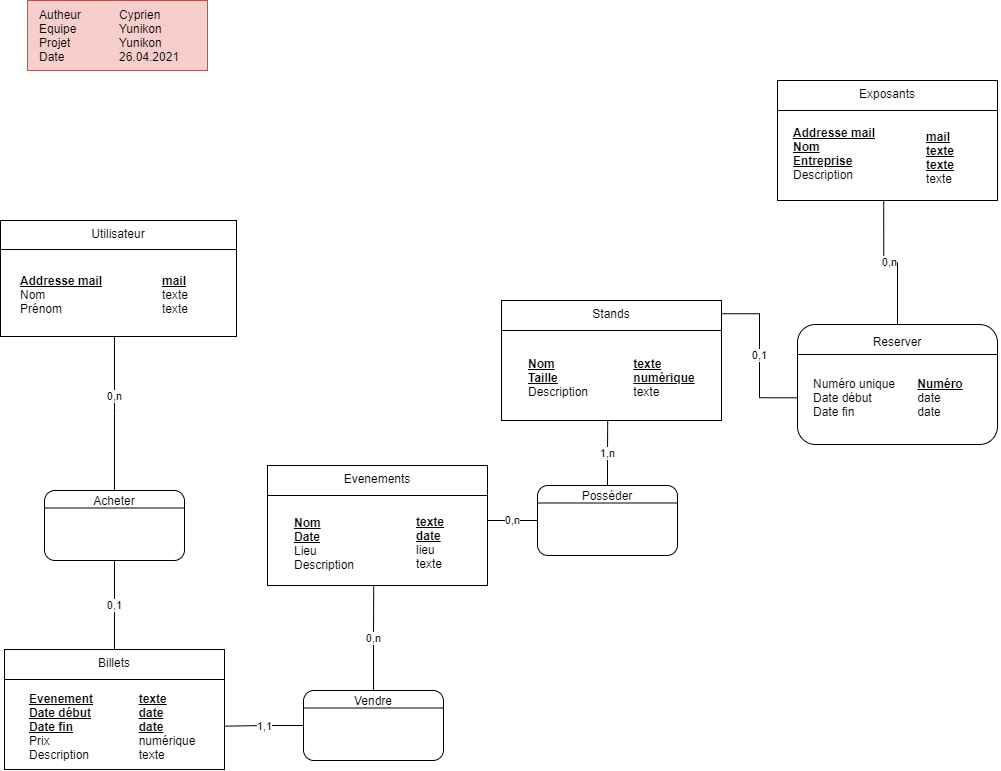
Earlier version of the draw.io export Analyse/MCD-Yunikon.png (Soreenn/Yunikon). Source tidied: cells renumbered, new cells last; positions are measured from the earlier drawing's top-left corner, leaving out a move shared by most shapes. The source it was exported from:
```xml
<mxGraphModel>
  <root>
    <mxCell id="0" />
    <mxCell id="1" parent="0" />
    <mxCell id="2" style="rounded=0;whiteSpace=wrap;html=1;fillColor=#f8cecc;strokeColor=#b85450;" parent="1" vertex="1">
      <mxGeometry x="27" width="180" height="70" as="geometry" />
    </mxCell>
    <mxCell id="3" value="Autheur&lt;br&gt;Equipe&lt;br&gt;Projet&lt;br&gt;&lt;div&gt;&lt;span&gt;Date&lt;/span&gt;&lt;/div&gt;" style="text;html=1;align=left;verticalAlign=middle;whiteSpace=wrap;rounded=0;" parent="1" vertex="1">
      <mxGeometry x="37" y="5" width="80" height="60" as="geometry" />
    </mxCell>
    <mxCell id="4" value="Cyprien&lt;br&gt;Yunikon&lt;br&gt;Yunikon&lt;br&gt;26.04.2021" style="text;html=1;align=left;verticalAlign=middle;whiteSpace=wrap;rounded=0;" parent="1" vertex="1">
      <mxGeometry x="117" y="5" width="80" height="60" as="geometry" />
    </mxCell>
    <mxCell id="5" style="group;" parent="1" vertex="1">
      <mxGeometry y="220" width="236" height="116" as="geometry" />
    </mxCell>
    <mxCell id="6" style="rounded=0;whiteSpace=wrap;html=1;" parent="5" vertex="1">
      <mxGeometry width="236" height="116" as="geometry" />
    </mxCell>
    <mxCell id="7" style="endArrow=none;html=1;exitX=0;exitY=0.25;exitDx=0;exitDy=0;entryX=1;entryY=0.25;entryDx=0;entryDy=0;" parent="5" edge="1" source="6" target="6">
      <mxGeometry relative="1" as="geometry" />
    </mxCell>
    <mxCell id="8" value="Utilisateur" style="text;html=1;strokeColor=none;fillColor=none;align=center;verticalAlign=middle;whiteSpace=wrap;rounded=0;" parent="5" vertex="1">
      <mxGeometry width="236" height="25.8" as="geometry" />
    </mxCell>
    <mxCell id="9" value="&lt;div style=&quot;text-align: left&quot;&gt;&lt;span&gt;&lt;b&gt;&lt;u&gt;Addresse mail&lt;/u&gt;&lt;/b&gt;&lt;/span&gt;&lt;/div&gt;&lt;div style=&quot;text-align: left&quot;&gt;&lt;span&gt;Nom&lt;/span&gt;&lt;/div&gt;&lt;div style=&quot;text-align: left&quot;&gt;&lt;span&gt;Prénom&lt;/span&gt;&lt;/div&gt;" style="text;html=1;strokeColor=none;fillColor=none;align=center;verticalAlign=middle;whiteSpace=wrap;rounded=0;" parent="5" vertex="1">
      <mxGeometry y="32.2" width="122.1" height="83.8" as="geometry" />
    </mxCell>
    <mxCell id="10" value="&lt;div style=&quot;text-align: left&quot;&gt;&lt;b&gt;&lt;u&gt;mail&lt;/u&gt;&lt;/b&gt;&lt;/div&gt;&lt;div style=&quot;text-align: left&quot;&gt;texte&lt;/div&gt;&lt;div style=&quot;text-align: left&quot;&gt;texte&lt;/div&gt;" style="text;html=1;strokeColor=none;fillColor=none;align=center;verticalAlign=middle;whiteSpace=wrap;rounded=0;" parent="5" vertex="1">
      <mxGeometry x="113.9" y="32.2" width="122.1" height="83.8" as="geometry" />
    </mxCell>
    <mxCell id="11" style="group;" parent="1" vertex="1">
      <mxGeometry x="267" y="465" width="220" height="120" as="geometry" />
    </mxCell>
    <mxCell id="12" style="rounded=0;whiteSpace=wrap;html=1;" parent="11" vertex="1">
      <mxGeometry width="220" height="120" as="geometry" />
    </mxCell>
    <mxCell id="13" style="endArrow=none;html=1;exitX=0;exitY=0.25;exitDx=0;exitDy=0;entryX=1;entryY=0.25;entryDx=0;entryDy=0;" parent="11" edge="1" source="12" target="12">
      <mxGeometry relative="1" as="geometry" />
    </mxCell>
    <mxCell id="14" value="Evenements" style="text;html=1;strokeColor=none;fillColor=none;align=center;verticalAlign=middle;whiteSpace=wrap;rounded=0;" parent="11" vertex="1">
      <mxGeometry width="220" height="26.7" as="geometry" />
    </mxCell>
    <mxCell id="15" value="&lt;div style=&quot;text-align: left&quot;&gt;&lt;u&gt;&lt;b&gt;Nom&lt;/b&gt;&lt;/u&gt;&lt;/div&gt;&lt;div style=&quot;text-align: left&quot;&gt;&lt;u&gt;&lt;b&gt;Date&lt;/b&gt;&lt;/u&gt;&lt;/div&gt;&lt;div style=&quot;text-align: left&quot;&gt;Lieu&lt;/div&gt;&lt;div style=&quot;text-align: left&quot;&gt;Description&lt;/div&gt;" style="text;html=1;strokeColor=none;fillColor=none;align=center;verticalAlign=middle;whiteSpace=wrap;rounded=0;" parent="11" vertex="1">
      <mxGeometry y="34.3" width="113.8" height="86.7" as="geometry" />
    </mxCell>
    <mxCell id="16" value="&lt;div style=&quot;text-align: left&quot;&gt;&lt;u&gt;&lt;b&gt;texte&lt;/b&gt;&lt;/u&gt;&lt;/div&gt;&lt;div style=&quot;text-align: left&quot;&gt;&lt;u&gt;&lt;b&gt;date&lt;/b&gt;&lt;/u&gt;&lt;/div&gt;&lt;div style=&quot;text-align: left&quot;&gt;lieu&lt;/div&gt;&lt;div style=&quot;text-align: left&quot;&gt;texte&lt;/div&gt;" style="text;html=1;strokeColor=none;fillColor=none;align=center;verticalAlign=middle;whiteSpace=wrap;rounded=0;" parent="11" vertex="1">
      <mxGeometry x="106.2" y="33.3" width="113.8" height="86.7" as="geometry" />
    </mxCell>
    <mxCell id="17" style="group;" parent="1" vertex="1">
      <mxGeometry x="501" y="300" width="220" height="120" as="geometry" />
    </mxCell>
    <mxCell id="18" style="rounded=0;whiteSpace=wrap;html=1;" parent="17" vertex="1">
      <mxGeometry width="220" height="120" as="geometry" />
    </mxCell>
    <mxCell id="19" style="endArrow=none;html=1;exitX=0;exitY=0.25;exitDx=0;exitDy=0;entryX=1;entryY=0.25;entryDx=0;entryDy=0;" parent="17" edge="1" source="18" target="18">
      <mxGeometry relative="1" as="geometry" />
    </mxCell>
    <mxCell id="20" value="Stands" style="text;html=1;strokeColor=none;fillColor=none;align=center;verticalAlign=middle;whiteSpace=wrap;rounded=0;" parent="17" vertex="1">
      <mxGeometry width="220" height="26.7" as="geometry" />
    </mxCell>
    <mxCell id="21" value="&lt;div style=&quot;text-align: left&quot;&gt;&lt;u&gt;&lt;b&gt;Nom&lt;/b&gt;&lt;/u&gt;&lt;/div&gt;&lt;div style=&quot;text-align: left&quot;&gt;&lt;b&gt;&lt;u&gt;Taille&lt;/u&gt;&lt;/b&gt;&lt;/div&gt;&lt;div style=&quot;text-align: left&quot;&gt;Description&lt;/div&gt;" style="text;html=1;strokeColor=none;fillColor=none;align=center;verticalAlign=middle;whiteSpace=wrap;rounded=0;" parent="17" vertex="1">
      <mxGeometry y="33.3" width="113.8" height="86.7" as="geometry" />
    </mxCell>
    <mxCell id="22" value="&lt;div style=&quot;text-align: left&quot;&gt;&lt;u&gt;&lt;b&gt;texte&lt;/b&gt;&lt;/u&gt;&lt;/div&gt;&lt;div style=&quot;text-align: left&quot;&gt;&lt;span&gt;&lt;b&gt;&lt;u&gt;numérique&lt;/u&gt;&lt;/b&gt;&lt;/span&gt;&lt;/div&gt;&lt;div style=&quot;text-align: left&quot;&gt;&lt;span&gt;texte&lt;/span&gt;&lt;/div&gt;" style="text;html=1;strokeColor=none;fillColor=none;align=center;verticalAlign=middle;whiteSpace=wrap;rounded=0;" parent="17" vertex="1">
      <mxGeometry x="106.2" y="33.3" width="113.8" height="86.7" as="geometry" />
    </mxCell>
    <mxCell id="23" style="group;" parent="1" vertex="1">
      <mxGeometry x="4" y="649" width="220" height="120" as="geometry" />
    </mxCell>
    <mxCell id="24" style="rounded=0;whiteSpace=wrap;html=1;" parent="23" vertex="1">
      <mxGeometry width="220" height="120" as="geometry" />
    </mxCell>
    <mxCell id="25" style="endArrow=none;html=1;exitX=0;exitY=0.25;exitDx=0;exitDy=0;entryX=1;entryY=0.25;entryDx=0;entryDy=0;" parent="23" edge="1" source="24" target="24">
      <mxGeometry relative="1" as="geometry" />
    </mxCell>
    <mxCell id="26" value="Billets" style="text;html=1;strokeColor=none;fillColor=none;align=center;verticalAlign=middle;whiteSpace=wrap;rounded=0;" parent="23" vertex="1">
      <mxGeometry width="220" height="26.7" as="geometry" />
    </mxCell>
    <mxCell id="27" value="&lt;div style=&quot;text-align: left&quot;&gt;&lt;u&gt;&lt;b&gt;Evenement&lt;/b&gt;&lt;/u&gt;&lt;/div&gt;&lt;div style=&quot;text-align: left&quot;&gt;&lt;u&gt;&lt;b&gt;Date début&lt;/b&gt;&lt;/u&gt;&lt;/div&gt;&lt;div style=&quot;text-align: left&quot;&gt;&lt;u&gt;&lt;b&gt;Date fin&lt;/b&gt;&lt;/u&gt;&lt;/div&gt;&lt;div style=&quot;text-align: left&quot;&gt;Prix&lt;/div&gt;&lt;div style=&quot;text-align: left&quot;&gt;Description&lt;/div&gt;" style="text;html=1;strokeColor=none;fillColor=none;align=center;verticalAlign=middle;whiteSpace=wrap;rounded=0;" parent="23" vertex="1">
      <mxGeometry y="33.3" width="113.8" height="86.7" as="geometry" />
    </mxCell>
    <mxCell id="28" value="&lt;div style=&quot;text-align: left&quot;&gt;&lt;u&gt;&lt;b&gt;texte&lt;/b&gt;&lt;/u&gt;&lt;/div&gt;&lt;div style=&quot;text-align: left&quot;&gt;&lt;u&gt;&lt;b&gt;date&lt;/b&gt;&lt;/u&gt;&lt;/div&gt;&lt;div style=&quot;text-align: left&quot;&gt;&lt;u&gt;&lt;b&gt;date&lt;/b&gt;&lt;/u&gt;&lt;br&gt;&lt;/div&gt;&lt;div style=&quot;text-align: left&quot;&gt;numérique&lt;/div&gt;&lt;div style=&quot;text-align: left&quot;&gt;texte&lt;/div&gt;" style="text;html=1;strokeColor=none;fillColor=none;align=center;verticalAlign=middle;whiteSpace=wrap;rounded=0;" parent="23" vertex="1">
      <mxGeometry x="106.2" y="33.3" width="113.8" height="86.7" as="geometry" />
    </mxCell>
    <mxCell id="29" style="group;" parent="1" vertex="1">
      <mxGeometry x="44" y="490" width="140" height="70" as="geometry" />
    </mxCell>
    <mxCell id="30" style="rounded=1;whiteSpace=wrap;html=1;" parent="29" vertex="1">
      <mxGeometry width="140" height="70" as="geometry" />
    </mxCell>
    <mxCell id="31" style="endArrow=none;html=1;exitX=0;exitY=0.25;exitDx=0;exitDy=0;entryX=1;entryY=0.25;entryDx=0;entryDy=0;" parent="29" edge="1" source="30" target="30">
      <mxGeometry relative="1" as="geometry" />
    </mxCell>
    <mxCell id="32" value="Acheter" style="text;html=1;strokeColor=none;fillColor=none;align=center;verticalAlign=middle;whiteSpace=wrap;rounded=0;" parent="29" vertex="1">
      <mxGeometry width="140" height="20" as="geometry" />
    </mxCell>
    <mxCell id="33" style="edgeStyle=orthogonalEdgeStyle;rounded=0;jettySize=auto;html=1;entryX=0;entryY=1;entryDx=0;entryDy=0;endArrow=none;endFill=0;" parent="1" edge="1" source="32" target="10">
      <mxGeometry relative="1" as="geometry" />
    </mxCell>
    <mxCell id="34" value="0,n" style="edgeLabel;html=1;align=center;verticalAlign=middle;" parent="33" vertex="1">
      <mxGeometry x="0.24" y="1" relative="1" as="geometry" />
    </mxCell>
    <mxCell id="35" value="0,1" style="edgeStyle=orthogonalEdgeStyle;rounded=0;jettySize=auto;html=1;entryX=0.5;entryY=0;entryDx=0;entryDy=0;endArrow=none;endFill=0;" parent="1" edge="1" source="30" target="26">
      <mxGeometry relative="1" as="geometry" />
    </mxCell>
    <mxCell id="36" style="group;" parent="1" vertex="1">
      <mxGeometry x="303" y="690" width="140" height="70" as="geometry" />
    </mxCell>
    <mxCell id="37" style="rounded=1;whiteSpace=wrap;html=1;" parent="36" vertex="1">
      <mxGeometry width="140" height="70" as="geometry" />
    </mxCell>
    <mxCell id="38" style="endArrow=none;html=1;exitX=0;exitY=0.25;exitDx=0;exitDy=0;entryX=1;entryY=0.25;entryDx=0;entryDy=0;" parent="36" edge="1" source="37" target="37">
      <mxGeometry relative="1" as="geometry" />
    </mxCell>
    <mxCell id="39" value="Vendre" style="text;html=1;strokeColor=none;fillColor=none;align=center;verticalAlign=middle;whiteSpace=wrap;rounded=0;" parent="36" vertex="1">
      <mxGeometry width="140" height="20" as="geometry" />
    </mxCell>
    <mxCell id="40" value="1,1" style="edgeStyle=orthogonalEdgeStyle;rounded=0;jettySize=auto;html=1;entryX=1;entryY=0.5;entryDx=0;entryDy=0;endArrow=none;endFill=0;" parent="1" edge="1" source="37" target="28">
      <mxGeometry relative="1" as="geometry" />
    </mxCell>
    <mxCell id="41" style="group;" parent="1" vertex="1">
      <mxGeometry x="537" y="485" width="140" height="70" as="geometry" />
    </mxCell>
    <mxCell id="42" style="rounded=1;whiteSpace=wrap;html=1;" parent="41" vertex="1">
      <mxGeometry width="140" height="70" as="geometry" />
    </mxCell>
    <mxCell id="43" style="endArrow=none;html=1;exitX=0;exitY=0.25;exitDx=0;exitDy=0;entryX=1;entryY=0.25;entryDx=0;entryDy=0;" parent="41" edge="1" source="42" target="42">
      <mxGeometry relative="1" as="geometry" />
    </mxCell>
    <mxCell id="44" value="Posséder" style="text;html=1;strokeColor=none;fillColor=none;align=center;verticalAlign=middle;whiteSpace=wrap;rounded=0;" parent="41" vertex="1">
      <mxGeometry width="140" height="20" as="geometry" />
    </mxCell>
    <mxCell id="45" style="group;" parent="1" vertex="1">
      <mxGeometry x="797" y="324" width="200" height="120" as="geometry" />
    </mxCell>
    <mxCell id="46" style="rounded=1;whiteSpace=wrap;html=1;" parent="45" vertex="1">
      <mxGeometry width="200" height="120" as="geometry" />
    </mxCell>
    <mxCell id="47" style="endArrow=none;html=1;exitX=0;exitY=0.25;exitDx=0;exitDy=0;entryX=1;entryY=0.25;entryDx=0;entryDy=0;" parent="45" edge="1" source="46" target="46">
      <mxGeometry relative="1" as="geometry" />
    </mxCell>
    <mxCell id="48" value="Reserver" style="text;html=1;strokeColor=none;fillColor=none;align=center;verticalAlign=middle;whiteSpace=wrap;rounded=0;" parent="45" vertex="1">
      <mxGeometry width="200" height="34.3" as="geometry" />
    </mxCell>
    <mxCell id="49" value="&lt;div style=&quot;text-align: left&quot;&gt;Numéro unique&lt;/div&gt;&lt;div style=&quot;text-align: left&quot;&gt;Date début&lt;/div&gt;&lt;div style=&quot;text-align: left&quot;&gt;Date fin&lt;/div&gt;" style="text;html=1;strokeColor=none;fillColor=none;align=center;verticalAlign=middle;whiteSpace=wrap;rounded=0;" parent="45" vertex="1">
      <mxGeometry y="30" width="113.8" height="86.7" as="geometry" />
    </mxCell>
    <mxCell id="50" value="&lt;div style=&quot;text-align: left&quot;&gt;&lt;u&gt;&lt;b&gt;Numéro&lt;/b&gt;&lt;/u&gt;&lt;/div&gt;&lt;div style=&quot;text-align: left&quot;&gt;date&lt;br&gt;&lt;/div&gt;&lt;div style=&quot;text-align: left&quot;&gt;date&lt;/div&gt;" style="text;html=1;strokeColor=none;fillColor=none;align=center;verticalAlign=middle;whiteSpace=wrap;rounded=0;" parent="45" vertex="1">
      <mxGeometry x="86.2" y="30" width="113.8" height="86.7" as="geometry" />
    </mxCell>
    <mxCell id="51" value="1,n" style="edgeStyle=orthogonalEdgeStyle;rounded=0;jettySize=auto;html=1;entryX=0;entryY=1;entryDx=0;entryDy=0;endArrow=none;endFill=0;" parent="1" edge="1" source="42" target="22">
      <mxGeometry relative="1" as="geometry" />
    </mxCell>
    <mxCell id="52" value="0,n" style="edgeStyle=orthogonalEdgeStyle;rounded=0;jettySize=auto;html=1;entryX=1;entryY=0.25;entryDx=0;entryDy=0;endArrow=none;endFill=0;" parent="1" edge="1" source="42" target="16">
      <mxGeometry relative="1" as="geometry" />
    </mxCell>
    <mxCell id="53" value="0,n" style="edgeStyle=orthogonalEdgeStyle;rounded=0;jettySize=auto;html=1;entryX=0;entryY=1;entryDx=0;entryDy=0;endArrow=none;endFill=0;" parent="1" edge="1" source="37" target="16">
      <mxGeometry relative="1" as="geometry" />
    </mxCell>
    <mxCell id="54" style="rounded=0;whiteSpace=wrap;html=1;" parent="1" vertex="1">
      <mxGeometry x="777" y="80" width="220" height="120" as="geometry" />
    </mxCell>
    <mxCell id="55" style="endArrow=none;html=1;exitX=0;exitY=0.25;exitDx=0;exitDy=0;entryX=1;entryY=0.25;entryDx=0;entryDy=0;" parent="1" edge="1" source="54" target="54">
      <mxGeometry relative="1" as="geometry" />
    </mxCell>
    <mxCell id="56" value="Exposants" style="text;html=1;strokeColor=none;fillColor=none;align=center;verticalAlign=middle;whiteSpace=wrap;rounded=0;" parent="1" vertex="1">
      <mxGeometry x="777" y="80" width="220" height="26.7" as="geometry" />
    </mxCell>
    <mxCell id="57" value="&lt;div style=&quot;text-align: left&quot;&gt;&lt;div&gt;&lt;b&gt;&lt;u&gt;Addresse mail&lt;/u&gt;&lt;/b&gt;&lt;/div&gt;&lt;div&gt;&lt;b&gt;&lt;u&gt;Nom&lt;/u&gt;&lt;/b&gt;&lt;/div&gt;&lt;/div&gt;&lt;div style=&quot;text-align: left&quot;&gt;&lt;u&gt;&lt;b&gt;Entreprise&lt;/b&gt;&lt;/u&gt;&lt;/div&gt;&lt;div style=&quot;text-align: left&quot;&gt;Description&lt;/div&gt;" style="text;html=1;strokeColor=none;fillColor=none;align=center;verticalAlign=middle;whiteSpace=wrap;rounded=0;" parent="1" vertex="1">
      <mxGeometry x="777" y="109.3" width="113.8" height="86.7" as="geometry" />
    </mxCell>
    <mxCell id="58" value="&lt;div style=&quot;text-align: left&quot;&gt;&lt;u&gt;&lt;b&gt;mail&lt;/b&gt;&lt;/u&gt;&lt;/div&gt;&lt;div style=&quot;text-align: left&quot;&gt;&lt;u&gt;&lt;b&gt;texte&lt;/b&gt;&lt;/u&gt;&lt;/div&gt;&lt;div style=&quot;text-align: left&quot;&gt;&lt;u&gt;&lt;b&gt;texte&lt;/b&gt;&lt;/u&gt;&lt;/div&gt;&lt;div style=&quot;text-align: left&quot;&gt;texte&lt;/div&gt;" style="text;html=1;strokeColor=none;fillColor=none;align=center;verticalAlign=middle;whiteSpace=wrap;rounded=0;" parent="1" vertex="1">
      <mxGeometry x="883.2" y="113.3" width="113.8" height="86.7" as="geometry" />
    </mxCell>
    <mxCell id="59" value="0,1" style="edgeStyle=orthogonalEdgeStyle;rounded=0;jettySize=auto;html=1;entryX=0;entryY=0.5;entryDx=0;entryDy=0;endArrow=none;endFill=0;" parent="1" edge="1" source="20" target="49">
      <mxGeometry relative="1" as="geometry" />
    </mxCell>
    <mxCell id="60" value="0,n" style="edgeStyle=orthogonalEdgeStyle;rounded=0;jettySize=auto;html=1;entryX=0;entryY=1;entryDx=0;entryDy=0;endArrow=none;endFill=0;" parent="1" edge="1" source="48" target="58">
      <mxGeometry relative="1" as="geometry" />
    </mxCell>
  </root>
</mxGraphModel>
```
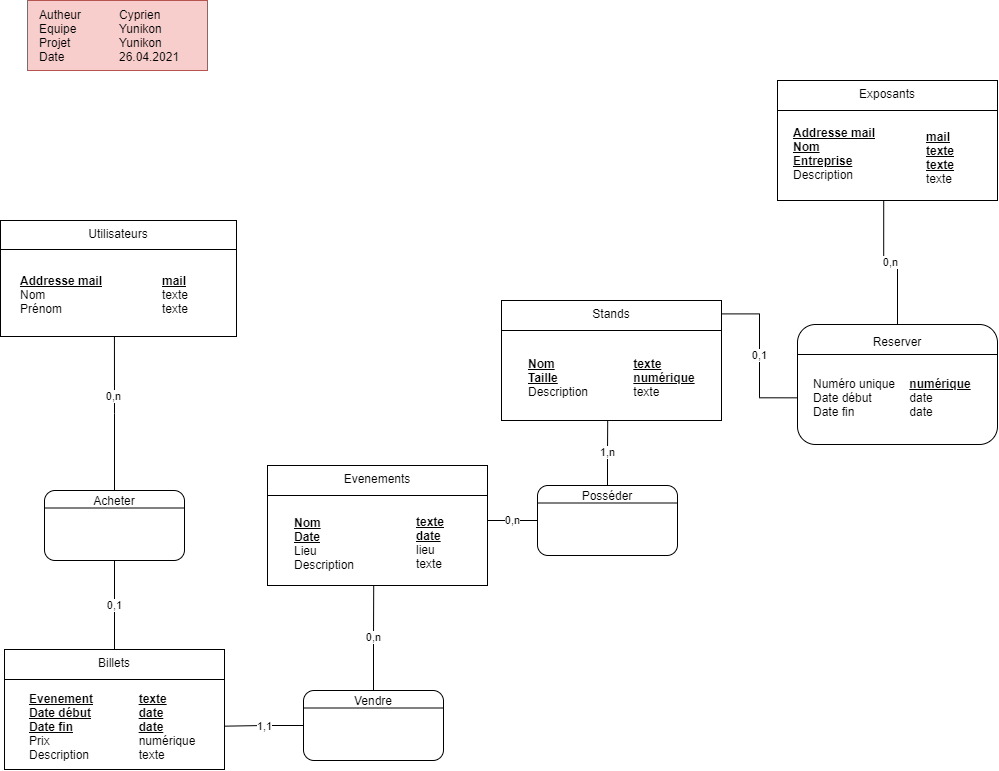
After the commit.

Change to the diagram source:
```diff
@@ -20,7 +20,7 @@
     <mxCell id="7" style="endArrow=none;html=1;exitX=0;exitY=0.25;exitDx=0;exitDy=0;entryX=1;entryY=0.25;entryDx=0;entryDy=0;" parent="5" edge="1" source="6" target="6">
       <mxGeometry relative="1" as="geometry" />
     </mxCell>
-    <mxCell id="8" value="Utilisateur" style="text;html=1;strokeColor=none;fillColor=none;align=center;verticalAlign=middle;whiteSpace=wrap;rounded=0;" parent="5" vertex="1">
+    <mxCell id="8" value="Utilisateurs" style="text;html=1;strokeColor=none;fillColor=none;align=center;verticalAlign=middle;whiteSpace=wrap;rounded=0;" parent="5" vertex="1">
       <mxGeometry width="236" height="25.8" as="geometry" />
     </mxCell>
     <mxCell id="9" value="&lt;div style=&quot;text-align: left&quot;&gt;&lt;span&gt;&lt;b&gt;&lt;u&gt;Addresse mail&lt;/u&gt;&lt;/b&gt;&lt;/span&gt;&lt;/div&gt;&lt;div style=&quot;text-align: left&quot;&gt;&lt;span&gt;Nom&lt;/span&gt;&lt;/div&gt;&lt;div style=&quot;text-align: left&quot;&gt;&lt;span&gt;Prénom&lt;/span&gt;&lt;/div&gt;" style="text;html=1;strokeColor=none;fillColor=none;align=center;verticalAlign=middle;whiteSpace=wrap;rounded=0;" parent="5" vertex="1">
@@ -146,7 +146,7 @@
     <mxCell id="49" value="&lt;div style=&quot;text-align: left&quot;&gt;Numéro unique&lt;/div&gt;&lt;div style=&quot;text-align: left&quot;&gt;Date début&lt;/div&gt;&lt;div style=&quot;text-align: left&quot;&gt;Date fin&lt;/div&gt;" style="text;html=1;strokeColor=none;fillColor=none;align=center;verticalAlign=middle;whiteSpace=wrap;rounded=0;" parent="45" vertex="1">
       <mxGeometry y="30" width="113.8" height="86.7" as="geometry" />
     </mxCell>
-    <mxCell id="50" value="&lt;div style=&quot;text-align: left&quot;&gt;&lt;u&gt;&lt;b&gt;Numéro&lt;/b&gt;&lt;/u&gt;&lt;/div&gt;&lt;div style=&quot;text-align: left&quot;&gt;date&lt;br&gt;&lt;/div&gt;&lt;div style=&quot;text-align: left&quot;&gt;date&lt;/div&gt;" style="text;html=1;strokeColor=none;fillColor=none;align=center;verticalAlign=middle;whiteSpace=wrap;rounded=0;" parent="45" vertex="1">
+    <mxCell id="50" value="&lt;div style=&quot;text-align: left&quot;&gt;&lt;u&gt;&lt;b&gt;numérique&lt;/b&gt;&lt;/u&gt;&lt;/div&gt;&lt;div style=&quot;text-align: left&quot;&gt;date&lt;br&gt;&lt;/div&gt;&lt;div style=&quot;text-align: left&quot;&gt;date&lt;/div&gt;" style="text;html=1;strokeColor=none;fillColor=none;align=center;verticalAlign=middle;whiteSpace=wrap;rounded=0;" parent="45" vertex="1">
       <mxGeometry x="86.2" y="30" width="113.8" height="86.7" as="geometry" />
     </mxCell>
     <mxCell id="51" value="1,n" style="edgeStyle=orthogonalEdgeStyle;rounded=0;jettySize=auto;html=1;entryX=0;entryY=1;entryDx=0;entryDy=0;endArrow=none;endFill=0;" parent="1" edge="1" source="42" target="22">
```
